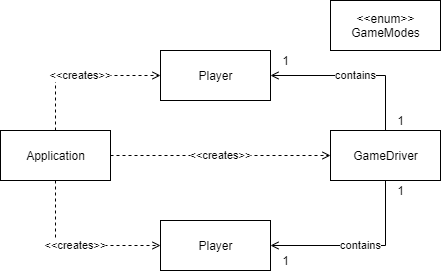
This is docs/FIT2099_A1_GameDriver.png from Nochl/Jurrasic_Park_Sim, a draw.io export, as it was before one commit. Source tidied: cells renumbered, new cells last; positions are measured from the earlier drawing's top-left corner, leaving out a move shared by most shapes. The source it was exported from:
```xml
<mxGraphModel>
  <root>
    <mxCell id="0" />
    <mxCell id="1" parent="0" />
    <mxCell id="2" value="contains" style="edgeStyle=orthogonalEdgeStyle;rounded=0;jettySize=auto;html=1;exitX=0.5;exitY=0;exitDx=0;exitDy=0;entryX=1;entryY=0.5;entryDx=0;entryDy=0;endArrow=open;endFill=0;" parent="1" edge="1" source="4" target="12">
      <mxGeometry relative="1" as="geometry" />
    </mxCell>
    <mxCell id="3" value="contains" style="edgeStyle=orthogonalEdgeStyle;rounded=0;jettySize=auto;html=1;exitX=0.5;exitY=1;exitDx=0;exitDy=0;entryX=1;entryY=0.5;entryDx=0;entryDy=0;endArrow=open;endFill=0;" parent="1" edge="1" source="4" target="11">
      <mxGeometry relative="1" as="geometry" />
    </mxCell>
    <mxCell id="4" value="GameDriver" style="html=1;" parent="1" vertex="1">
      <mxGeometry x="330" y="130" width="110" height="50" as="geometry" />
    </mxCell>
    <mxCell id="5" value="&amp;lt;&amp;lt;enum&amp;gt;&amp;gt;&lt;br&gt;GameModes" style="html=1;" parent="1" vertex="1">
      <mxGeometry x="330" width="110" height="50" as="geometry" />
    </mxCell>
    <mxCell id="6" value="&amp;lt;&amp;lt;creates&amp;gt;&amp;gt;" style="edgeStyle=orthogonalEdgeStyle;rounded=0;jettySize=auto;html=1;exitX=1;exitY=0.5;exitDx=0;exitDy=0;entryX=0;entryY=0.5;entryDx=0;entryDy=0;endArrow=open;endFill=0;dashed=1;" parent="1" edge="1" source="10" target="4">
      <mxGeometry relative="1" as="geometry" />
    </mxCell>
    <mxCell id="7" style="edgeStyle=orthogonalEdgeStyle;rounded=0;jettySize=auto;html=1;exitX=0.5;exitY=0;exitDx=0;exitDy=0;entryX=0;entryY=0.5;entryDx=0;entryDy=0;dashed=1;endArrow=open;endFill=0;" parent="1" edge="1" source="10" target="12">
      <mxGeometry relative="1" as="geometry" />
    </mxCell>
    <mxCell id="8" value="&amp;lt;&amp;lt;creates&amp;gt;&amp;gt;" style="edgeLabel;html=1;align=center;verticalAlign=middle;" parent="7" vertex="1">
      <mxGeometry x="-0.01" y="1" relative="1" as="geometry" />
    </mxCell>
    <mxCell id="9" value="&amp;lt;&amp;lt;creates&amp;gt;&amp;gt;" style="edgeStyle=orthogonalEdgeStyle;rounded=0;jettySize=auto;html=1;exitX=0.5;exitY=1;exitDx=0;exitDy=0;entryX=0;entryY=0.5;entryDx=0;entryDy=0;dashed=1;endArrow=open;endFill=0;" parent="1" edge="1" source="10" target="11">
      <mxGeometry relative="1" as="geometry" />
    </mxCell>
    <mxCell id="10" value="Application" style="html=1;" parent="1" vertex="1">
      <mxGeometry y="130" width="110" height="50" as="geometry" />
    </mxCell>
    <mxCell id="11" value="Player" style="html=1;" parent="1" vertex="1">
      <mxGeometry x="160" y="220" width="110" height="50" as="geometry" />
    </mxCell>
    <mxCell id="12" value="Player" style="html=1;" parent="1" vertex="1">
      <mxGeometry x="160" y="50" width="110" height="50" as="geometry" />
    </mxCell>
    <mxCell id="13" value="1" style="text;html=1;align=center;verticalAlign=middle;strokeColor=none;" parent="1" vertex="1">
      <mxGeometry x="390" y="180" width="20" height="20" as="geometry" />
    </mxCell>
    <mxCell id="14" value="1" style="text;html=1;align=center;verticalAlign=middle;strokeColor=none;" parent="1" vertex="1">
      <mxGeometry x="390" y="110" width="20" height="20" as="geometry" />
    </mxCell>
    <mxCell id="15" value="1" style="text;html=1;align=center;verticalAlign=middle;strokeColor=none;" parent="1" vertex="1">
      <mxGeometry x="275" y="50" width="20" height="20" as="geometry" />
    </mxCell>
    <mxCell id="16" value="1" style="text;html=1;align=center;verticalAlign=middle;strokeColor=none;" parent="1" vertex="1">
      <mxGeometry x="275" y="250" width="20" height="20" as="geometry" />
    </mxCell>
  </root>
</mxGraphModel>
```
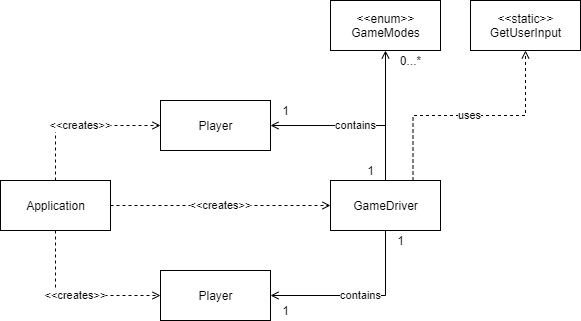
After the commit.

Commit message:
Added dependency relationship between GameDriver and GetUserInput

The edit, as a diff of the source:
```diff
@@ -8,11 +8,19 @@
     <mxCell id="3" value="contains" style="edgeStyle=orthogonalEdgeStyle;rounded=0;jettySize=auto;html=1;exitX=0.5;exitY=1;exitDx=0;exitDy=0;entryX=1;entryY=0.5;entryDx=0;entryDy=0;endArrow=open;endFill=0;" parent="1" edge="1" source="4" target="11">
       <mxGeometry relative="1" as="geometry" />
     </mxCell>
+    <mxCell id="17" value="uses" style="edgeStyle=orthogonalEdgeStyle;rounded=0;jettySize=auto;html=1;exitX=0.75;exitY=0;exitDx=0;exitDy=0;startArrow=none;startFill=0;endArrow=open;endFill=0;dashed=1;entryX=0.5;entryY=1;entryDx=0;entryDy=0;" parent="1" edge="1" source="4" target="20">
+      <mxGeometry relative="1" as="geometry" />
+    </mxCell>
     <mxCell id="4" value="GameDriver" style="html=1;" parent="1" vertex="1">
       <mxGeometry x="330" y="130" width="110" height="50" as="geometry" />
     </mxCell>
+    <mxCell id="18" style="edgeStyle=orthogonalEdgeStyle;rounded=0;jettySize=auto;html=1;exitX=0.5;exitY=1;exitDx=0;exitDy=0;endArrow=none;endFill=0;startArrow=open;startFill=0;" parent="1" edge="1" source="5">
+      <mxGeometry relative="1" as="geometry">
+        <mxPoint x="385" y="80" as="targetPoint" />
+      </mxGeometry>
+    </mxCell>
     <mxCell id="5" value="&amp;lt;&amp;lt;enum&amp;gt;&amp;gt;&lt;br&gt;GameModes" style="html=1;" parent="1" vertex="1">
-      <mxGeometry x="330" width="110" height="50" as="geometry" />
+      <mxGeometry x="330" y="-50" width="110" height="50" as="geometry" />
     </mxCell>
     <mxCell id="6" value="&amp;lt;&amp;lt;creates&amp;gt;&amp;gt;" style="edgeStyle=orthogonalEdgeStyle;rounded=0;jettySize=auto;html=1;exitX=1;exitY=0.5;exitDx=0;exitDy=0;entryX=0;entryY=0.5;entryDx=0;entryDy=0;endArrow=open;endFill=0;dashed=1;" parent="1" edge="1" source="10" target="4">
       <mxGeometry relative="1" as="geometry" />
@@ -39,7 +47,7 @@
       <mxGeometry x="390" y="180" width="20" height="20" as="geometry" />
     </mxCell>
     <mxCell id="14" value="1" style="text;html=1;align=center;verticalAlign=middle;strokeColor=none;" parent="1" vertex="1">
-      <mxGeometry x="390" y="110" width="20" height="20" as="geometry" />
+      <mxGeometry x="360" y="110" width="20" height="20" as="geometry" />
     </mxCell>
     <mxCell id="15" value="1" style="text;html=1;align=center;verticalAlign=middle;strokeColor=none;" parent="1" vertex="1">
       <mxGeometry x="275" y="50" width="20" height="20" as="geometry" />
@@ -47,5 +55,11 @@
     <mxCell id="16" value="1" style="text;html=1;align=center;verticalAlign=middle;strokeColor=none;" parent="1" vertex="1">
       <mxGeometry x="275" y="250" width="20" height="20" as="geometry" />
     </mxCell>
+    <mxCell id="19" value="0...*" style="text;html=1;align=center;verticalAlign=middle;strokeColor=none;" parent="1" vertex="1">
+      <mxGeometry x="390" width="40" height="20" as="geometry" />
+    </mxCell>
+    <mxCell id="20" value="&amp;lt;&amp;lt;static&amp;gt;&amp;gt;&lt;br&gt;GetUserInput" style="html=1;" parent="1" vertex="1">
+      <mxGeometry x="470" y="-50" width="110" height="50" as="geometry" />
+    </mxCell>
   </root>
 </mxGraphModel>
```
